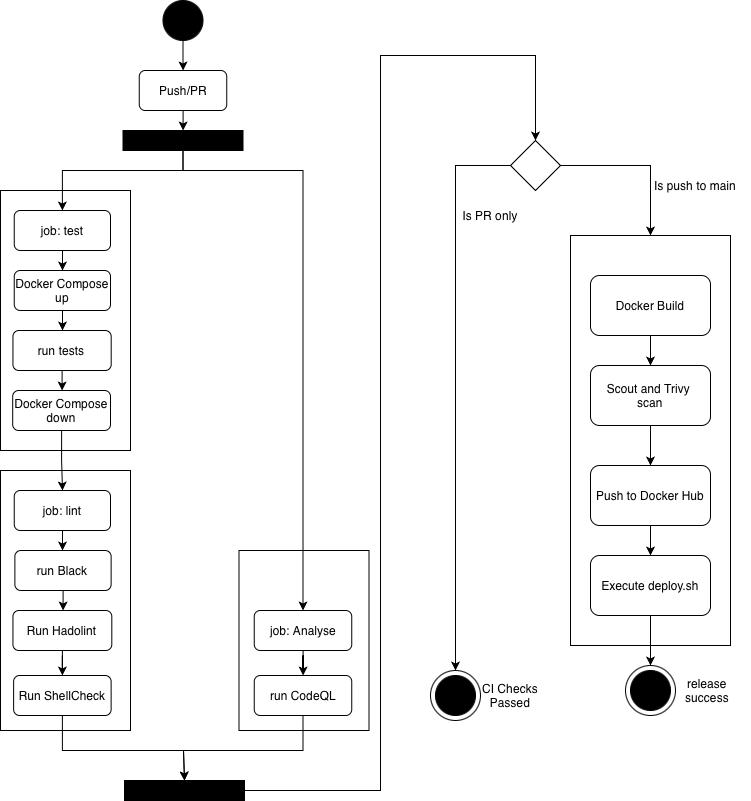
This is report/img/CI_CD_diagram2.png from jskoven/Devops2026_jklo_jakst_aing_asjo_mbln, a draw.io export, as it was before one commit. Source tidied: cells renumbered, new cells last; positions are measured from the earlier drawing's top-left corner, leaving out a move shared by most shapes.
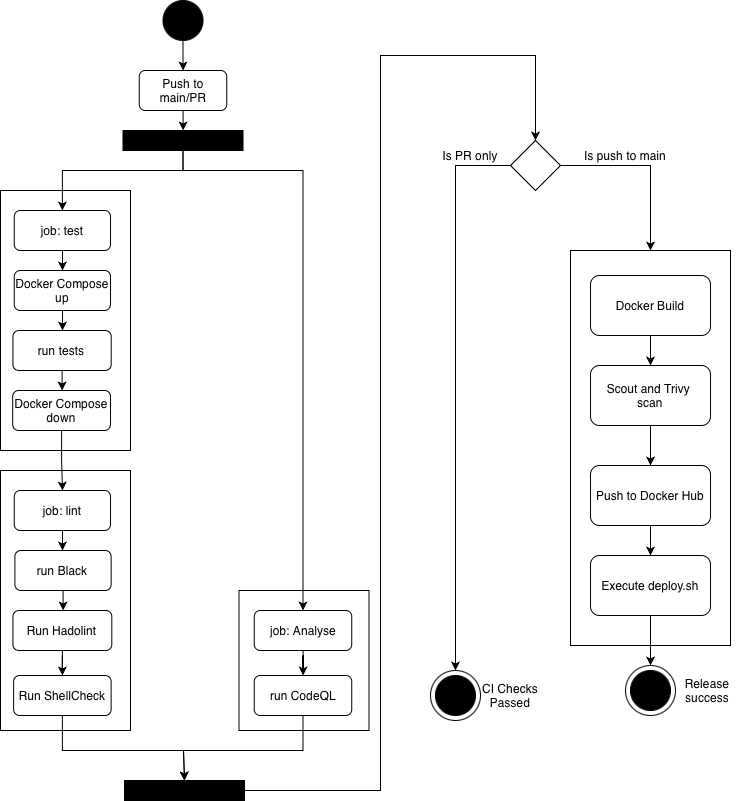
Above is the later version.

Change to the diagram source:
```diff
@@ -3,13 +3,13 @@
     <mxCell id="0" />
     <mxCell id="1" parent="0" />
     <mxCell id="2" style="rounded=0;whiteSpace=wrap;html=1;" parent="1" vertex="1">
-      <mxGeometry x="570" y="235" width="160" height="410" as="geometry" />
+      <mxGeometry x="570" y="250" width="160" height="395" as="geometry" />
     </mxCell>
     <mxCell id="3" style="ellipse;whiteSpace=wrap;html=1;fillColor=#FFFFFF;" parent="1" vertex="1">
       <mxGeometry x="625" y="665" width="50" height="50" as="geometry" />
     </mxCell>
     <mxCell id="4" style="rounded=0;whiteSpace=wrap;html=1;" parent="1" vertex="1">
-      <mxGeometry x="238.5" y="550" width="130" height="180" as="geometry" />
+      <mxGeometry x="238.5" y="590" width="130" height="140" as="geometry" />
     </mxCell>
     <mxCell id="5" style="rounded=0;whiteSpace=wrap;html=1;" parent="1" vertex="1">
       <mxGeometry y="470" width="130" height="260" as="geometry" />
@@ -39,7 +39,7 @@
     <mxCell id="10" style="edgeStyle=orthogonalEdgeStyle;rounded=0;jettySize=auto;html=1;" parent="1" edge="1" source="11" target="9">
       <mxGeometry relative="1" as="geometry" />
     </mxCell>
-    <mxCell id="11" value="Push/PR" style="rounded=1;whiteSpace=wrap;html=1;" parent="1" vertex="1">
+    <mxCell id="11" value="Push to main/PR" style="rounded=1;whiteSpace=wrap;html=1;" parent="1" vertex="1">
       <mxGeometry x="138.8" y="70" width="87.5" height="40" as="geometry" />
     </mxCell>
     <mxCell id="12" style="edgeStyle=orthogonalEdgeStyle;rounded=0;jettySize=auto;html=1;" parent="1" edge="1" source="13" target="19">
@@ -117,7 +117,7 @@
       <mxGeometry x="590" y="275" width="120" height="60" as="geometry" />
     </mxCell>
     <mxCell id="35" value="Is PR only" style="text;html=1;whiteSpace=wrap;strokeColor=none;fillColor=none;align=center;verticalAlign=middle;rounded=0;" parent="1" vertex="1">
-      <mxGeometry x="440" y="200" width="100" height="30" as="geometry" />
+      <mxGeometry x="420" y="140" width="100" height="30" as="geometry" />
     </mxCell>
     <mxCell id="36" style="edgeStyle=orthogonalEdgeStyle;rounded=0;jettySize=auto;html=1;entryX=0.5;entryY=0;entryDx=0;entryDy=0;exitX=0.5;exitY=1;exitDx=0;exitDy=0;" parent="1" edge="1" source="32" target="38">
       <mxGeometry relative="1" as="geometry">
@@ -153,7 +153,7 @@
       <mxGeometry x="510" y="140" width="50" height="50" as="geometry" />
     </mxCell>
     <mxCell id="42" value="Is push to main" style="text;html=1;whiteSpace=wrap;strokeColor=none;fillColor=none;align=center;verticalAlign=middle;rounded=0;" parent="1" vertex="1">
-      <mxGeometry x="640" y="170" width="110" height="30" as="geometry" />
+      <mxGeometry x="570" y="140" width="110" height="30" as="geometry" />
     </mxCell>
     <mxCell id="43" style="edgeStyle=orthogonalEdgeStyle;rounded=0;jettySize=auto;html=1;" parent="1" edge="1" source="44" target="46">
       <mxGeometry relative="1" as="geometry" />
@@ -176,7 +176,7 @@
     <mxCell id="49" style="ellipse;whiteSpace=wrap;html=1;fillColor=#000000;" parent="1" vertex="1">
       <mxGeometry x="630" y="670" width="40" height="40" as="geometry" />
     </mxCell>
-    <mxCell id="50" value="release&lt;div&gt;success&lt;/div&gt;" style="text;html=1;whiteSpace=wrap;strokeColor=none;fillColor=none;align=center;verticalAlign=middle;rounded=0;" parent="1" vertex="1">
+    <mxCell id="50" value="Release&lt;div&gt;success&lt;/div&gt;" style="text;html=1;whiteSpace=wrap;strokeColor=none;fillColor=none;align=center;verticalAlign=middle;rounded=0;" parent="1" vertex="1">
       <mxGeometry x="676.8" y="675" width="60" height="30" as="geometry" />
     </mxCell>
     <mxCell id="51" style="ellipse;whiteSpace=wrap;html=1;fillColor=#FFFFFF;" parent="1" vertex="1">
```
